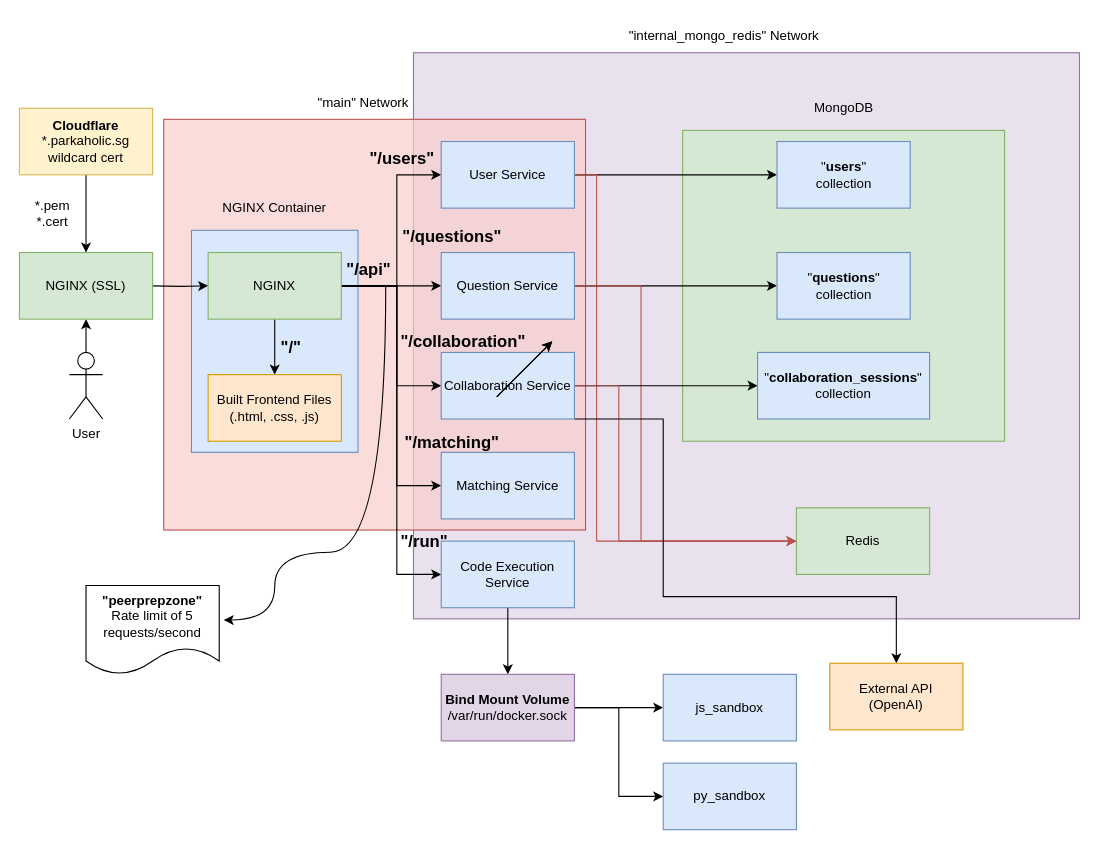
The draw.io diagram docs/Deployment Diagram.drawio in Vatinius/cs3219-ay2526s1-project-g05, before the edit. Source tidied: cells renumbered, new cells numbered last; positions are measured from the earlier drawing's top-left corner, leaving out a move shared by most shapes. Both pictures are drawn from the tidied source at 111%, with x=0, y=0 at pixel (19, 19).
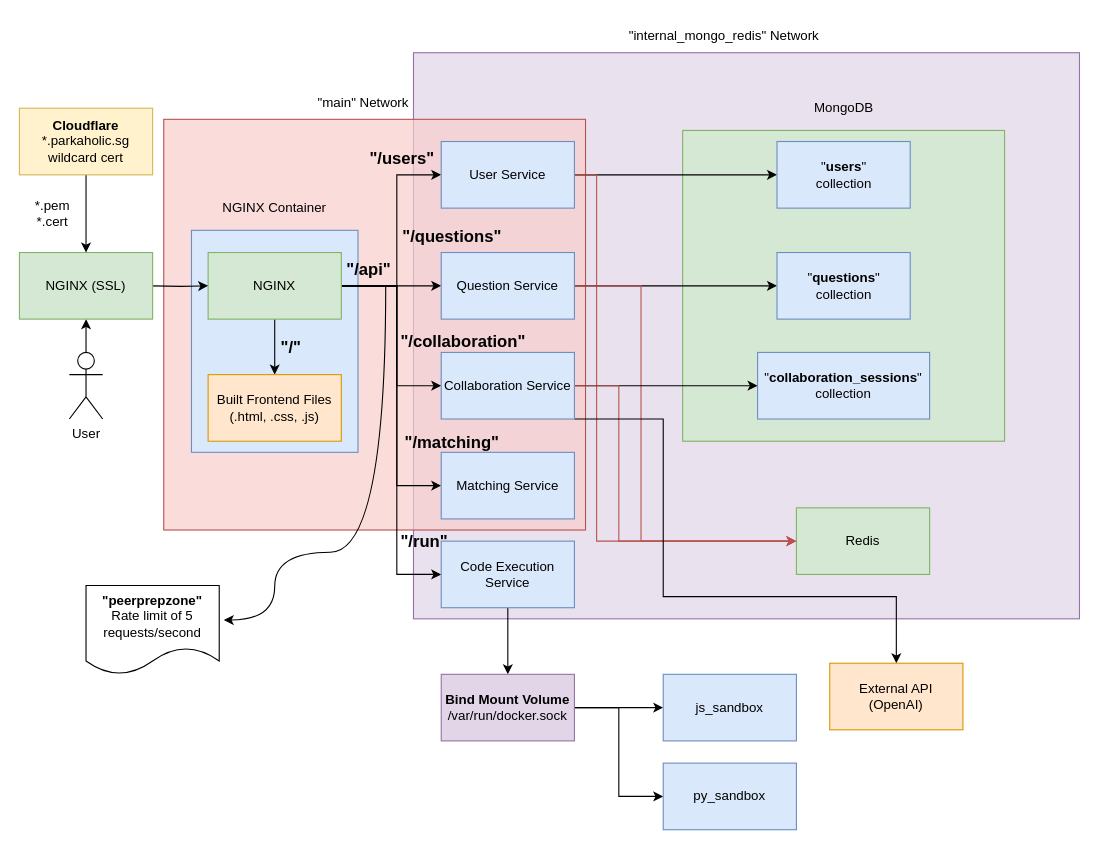
The same diagram, later.

Diff of the diagram source:
```diff
@@
-    <mxCell id="56" style="endArrow=classic;html=1;rounded=0;" parent="1" edge="1">
-      <mxGeometry relative="1" as="geometry">
-        <mxPoint x="430" y="340" as="sourcePoint" />
-        <mxPoint x="480" y="290" as="targetPoint" />
-      </mxGeometry>
-    </mxCell>
-    <mxCell id="57" style="endArrow=classic;html=1;rounded=0;" parent="1" edge="1">
-      <mxGeometry relative="1" as="geometry">
-        <mxPoint x="430" y="340" as="sourcePoint" />
-        <mxPoint x="480" y="290" as="targetPoint" />
-      </mxGeometry>
-    </mxCell>
```
